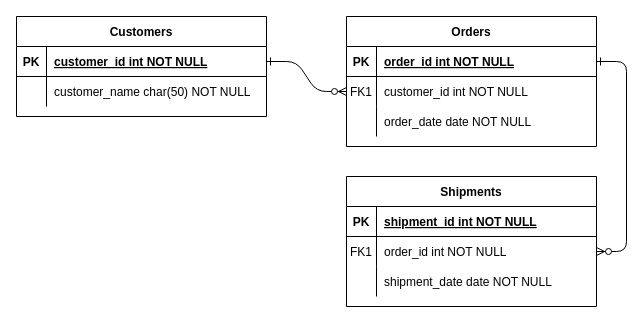
Above: Untitled Diagram.drawio in farmOS-legacy/farmOS.org (draw.io), before the change. Source tidied: cells renumbered, new cells numbered last; positions are measured from the earlier drawing's top-left corner, leaving out a move shared by most shapes. Both pictures are drawn from the tidied source at 100%, with x=0, y=0 at pixel (16, 16).
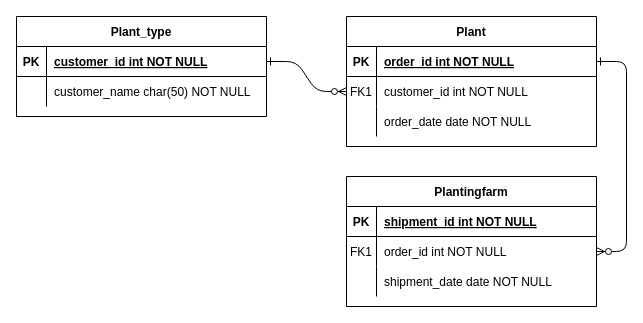
The same diagram, later.

Change to the diagram source:
```diff
@@
-    <mxCell id="4" value="Orders" style="shape=table;startSize=30;childLayout=tableLayout;rowLines=0;fontStyle=1;align=center;" parent="1" vertex="1">
+    <mxCell id="4" value="Plant" style="shape=table;startSize=30;childLayout=tableLayout;rowLines=0;fontStyle=1;align=center;" parent="1" vertex="1">
       <mxGeometry x="330" width="250" height="130" as="geometry" />
     </mxCell>
@@
-    <mxCell id="14" value="Shipments" style="shape=table;startSize=30;childLayout=tableLayout;rowLines=0;fontStyle=1;align=center;" parent="1" vertex="1">
+    <mxCell id="14" value="Plantingfarm" style="shape=table;startSize=30;childLayout=tableLayout;rowLines=0;fontStyle=1;align=center;" parent="1" vertex="1">
       <mxGeometry x="330" y="160" width="250" height="130" as="geometry" />
     </mxCell>
@@
-    <mxCell id="24" value="Customers" style="shape=table;startSize=30;childLayout=tableLayout;rowLines=0;fontStyle=1;align=center;" parent="1" vertex="1">
+    <mxCell id="24" value="Plant_type" style="shape=table;startSize=30;childLayout=tableLayout;rowLines=0;fontStyle=1;align=center;" parent="1" vertex="1">
       <mxGeometry width="250" height="100" as="geometry" />
     </mxCell>
```
